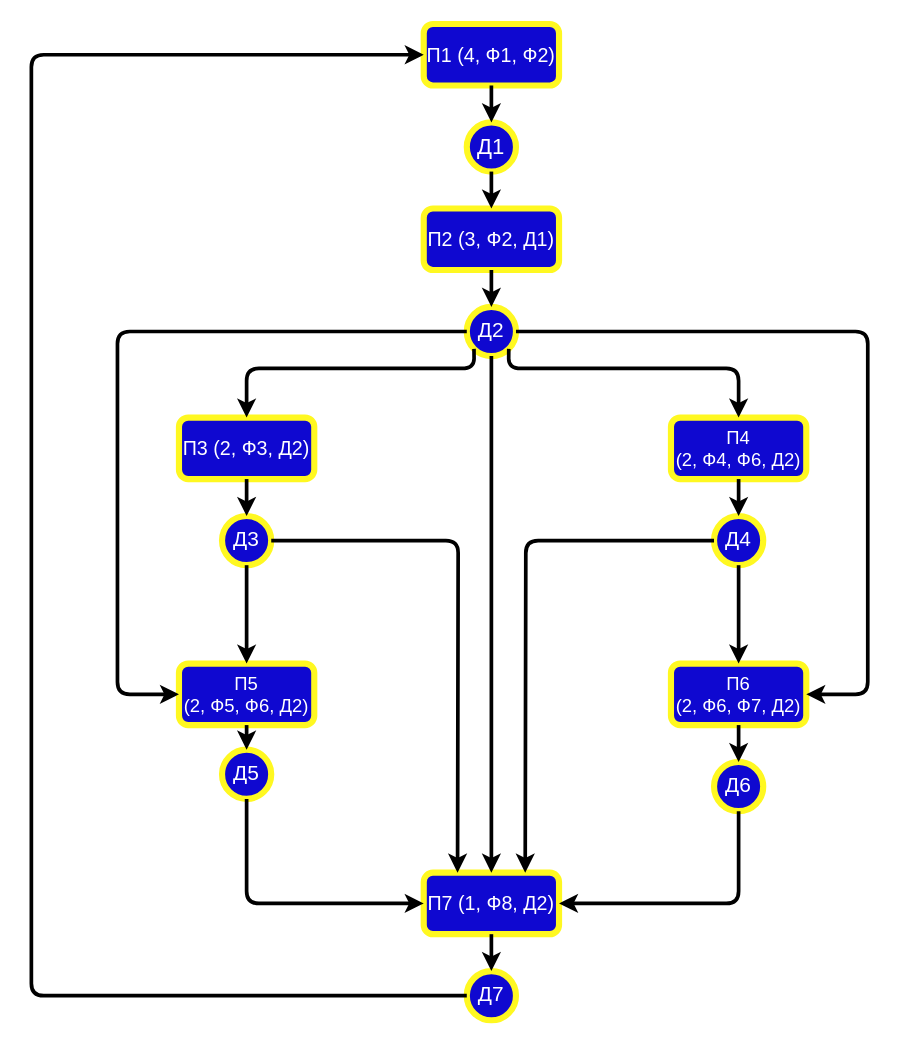
The draw.io diagram Untitled Diagram.drawio in Simonenko75/Simonenko75, before the edit. Source tidied: cells renumbered, new cells numbered last; positions are measured from the earlier drawing's top-left corner, leaving out a move shared by most shapes. Both pictures are drawn from the tidied source at 123%, with x=0, y=0 at pixel (31, 23).
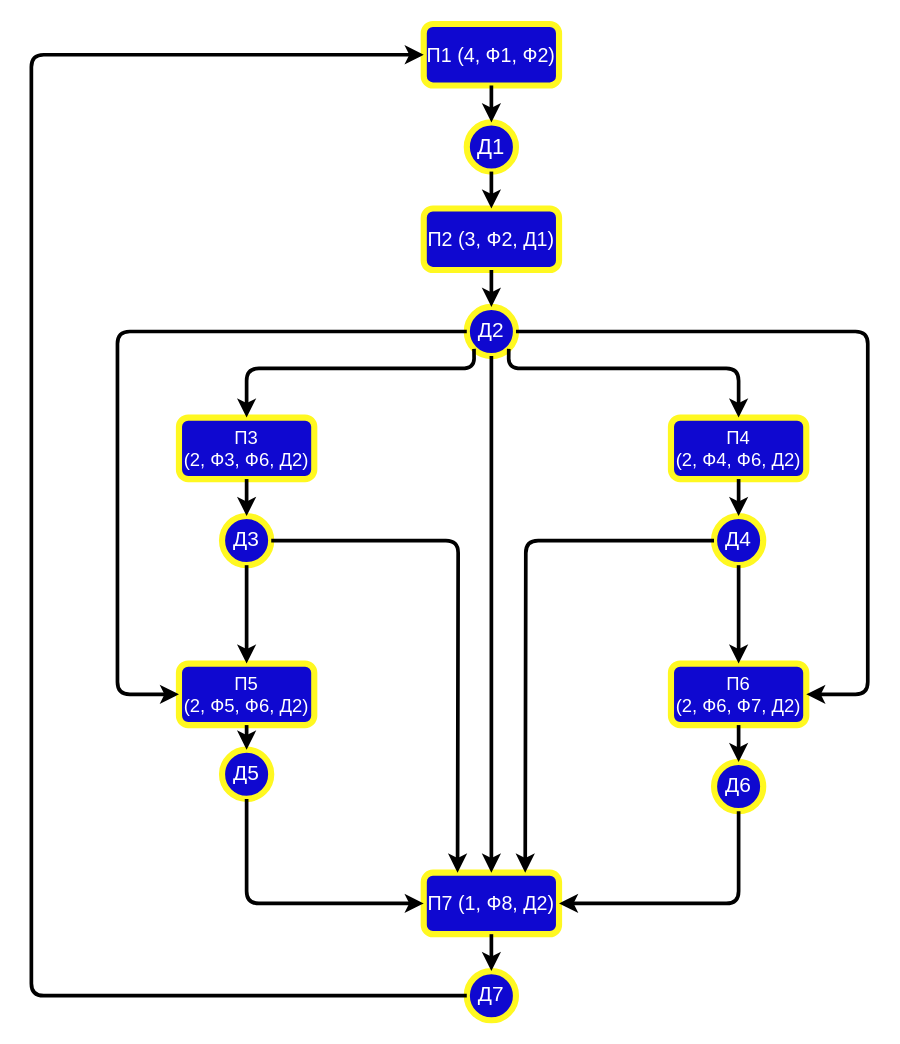
After the change.

Change to the diagram source:
```diff
@@
-    <mxCell id="6" value="&lt;font style=&quot;font-size: 16px&quot;&gt;П3 (2, Ф3, Д2)&lt;/font&gt;" style="rounded=1;whiteSpace=wrap;html=1;fillColor=#0F08D0;fontColor=#FFFFFF;strokeColor=#FFF821;strokeWidth=5;" parent="1" vertex="1">
+    <mxCell id="6" value="&lt;font style=&quot;font-size: 15px&quot;&gt;П3&lt;br&gt;(2, Ф3, Ф6, Д2)&lt;/font&gt;" style="rounded=1;whiteSpace=wrap;html=1;fillColor=#0F08D0;fontColor=#FFFFFF;strokeColor=#FFF821;strokeWidth=5;" parent="1" vertex="1">
       <mxGeometry x="120" y="320" width="110" height="50" as="geometry" />
     </mxCell>
```
